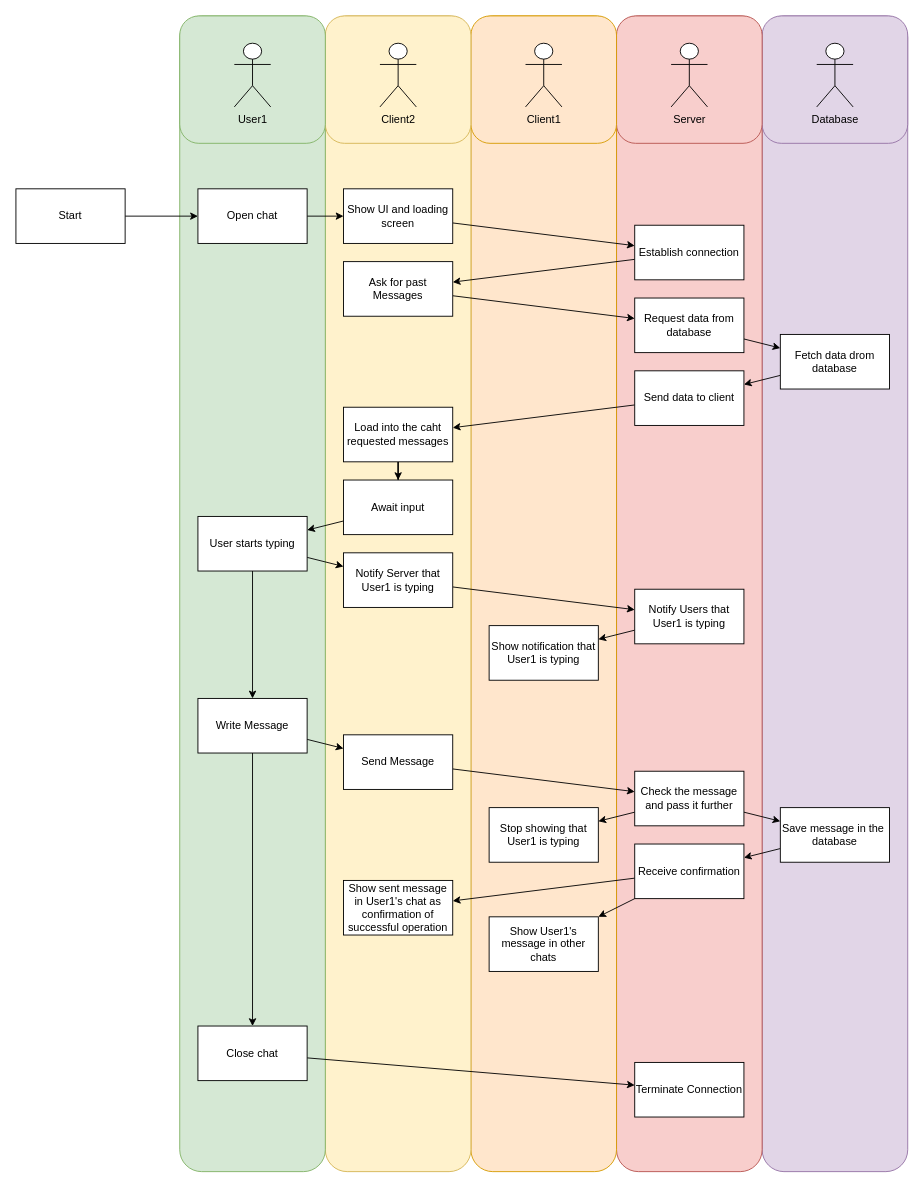
This is internship_s8/Usecase diagram.drawio from Gryfin123/diagrams_with_no_context, a draw.io file, before an edit. Source tidied: cells renumbered, new cells numbered last; positions are measured from the earlier drawing's top-left corner, leaving out a move shared by most shapes. Both pictures are drawn from the tidied source at 91%, with x=0, y=0 at pixel (15, 15).
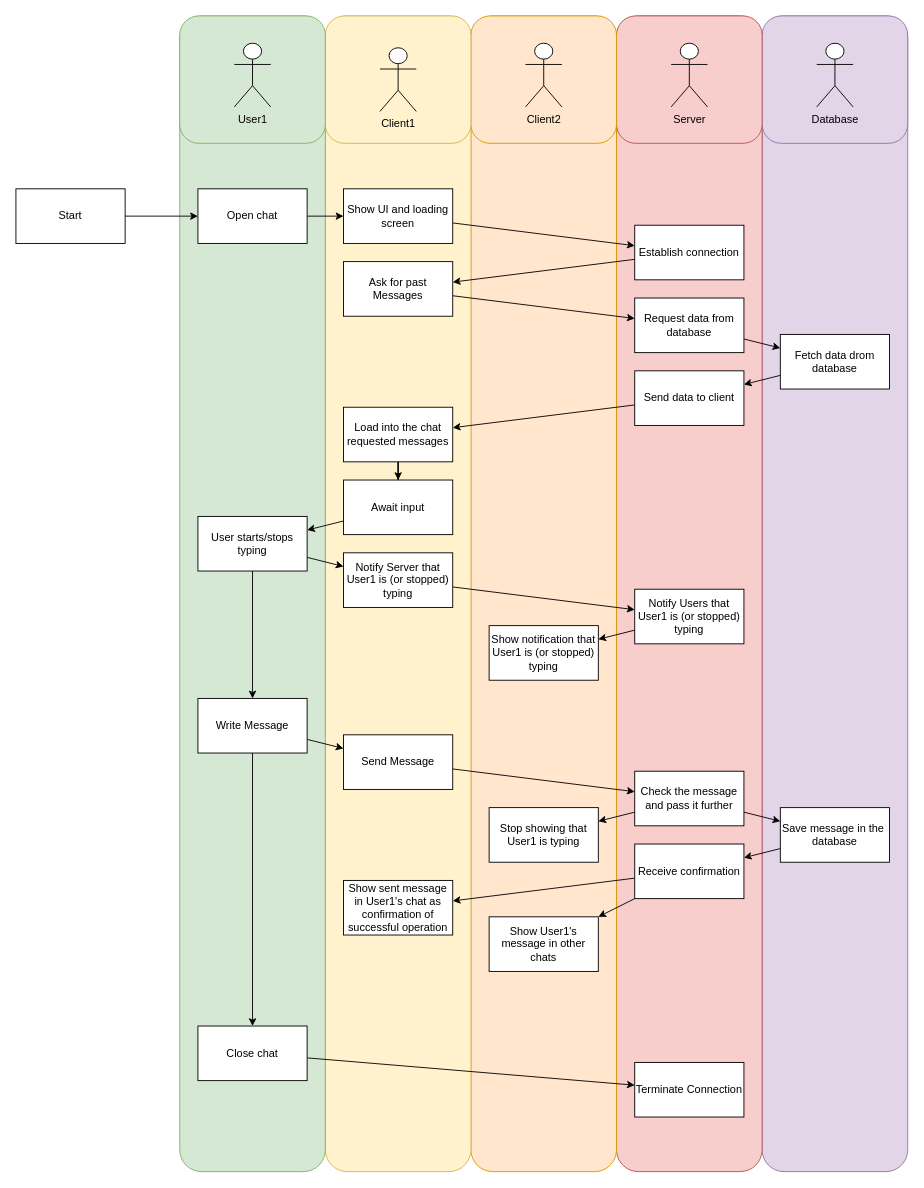
The same page after the edit.

Change to the diagram source:
```diff
@@
-    <mxCell id="24" value="User starts typing" style="rounded=0;whiteSpace=wrap;html=1;" parent="1" vertex="1">
+    <mxCell id="24" value="User starts/stops typing" style="rounded=0;whiteSpace=wrap;html=1;" parent="1" vertex="1">
       <mxGeometry x="200" y="550" width="120" height="60" as="geometry" />
     </mxCell>
@@
     <mxCell id="27" value="Client1" style="shape=umlActor;verticalLabelPosition=bottom;verticalAlign=top;html=1;" parent="1" vertex="1">
-      <mxGeometry x="560" y="30" width="40" height="70" as="geometry" />
+      <mxGeometry x="400" y="35" width="40" height="70" as="geometry" />
     </mxCell>
@@
     <mxCell id="31" value="Client2" style="shape=umlActor;verticalLabelPosition=bottom;verticalAlign=top;html=1;" parent="1" vertex="1">
-      <mxGeometry x="400" y="30" width="40" height="70" as="geometry" />
+      <mxGeometry x="560" y="30" width="40" height="70" as="geometry" />
     </mxCell>
@@
-    <mxCell id="39" value="Load into the caht requested messages" style="rounded=0;whiteSpace=wrap;html=1;" parent="1" vertex="1">
+    <mxCell id="39" value="Load into the chat requested messages" style="rounded=0;whiteSpace=wrap;html=1;" parent="1" vertex="1">
       <mxGeometry x="360" y="430" width="120" height="60" as="geometry" />
     </mxCell>
@@
-    <mxCell id="42" value="Notify Server that User1 is typing" style="rounded=0;whiteSpace=wrap;html=1;" parent="1" vertex="1">
+    <mxCell id="42" value="Notify Server that User1 is (or stopped) typing" style="rounded=0;whiteSpace=wrap;html=1;" parent="1" vertex="1">
       <mxGeometry x="360" y="590" width="120" height="60" as="geometry" />
     </mxCell>
@@
-    <mxCell id="47" value="Notify Users that User1 is typing" style="rounded=0;whiteSpace=wrap;html=1;" parent="1" vertex="1">
+    <mxCell id="47" value="Notify Users that User1 is (or stopped) typing" style="rounded=0;whiteSpace=wrap;html=1;" parent="1" vertex="1">
       <mxGeometry x="680" y="630" width="120" height="60" as="geometry" />
     </mxCell>
-    <mxCell id="48" value="Show notification that User1 is typing" style="rounded=0;whiteSpace=wrap;html=1;" parent="1" vertex="1">
+    <mxCell id="48" value="Show notification that User1 is (or stopped) typing" style="rounded=0;whiteSpace=wrap;html=1;" parent="1" vertex="1">
       <mxGeometry x="520" y="670" width="120" height="60" as="geometry" />
     </mxCell>
```
